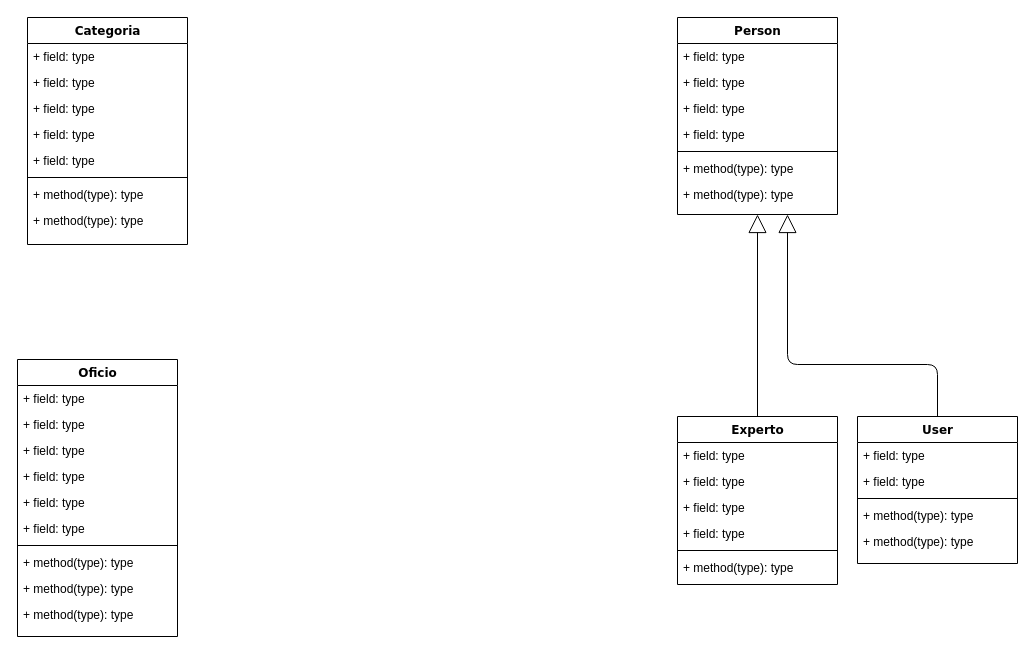
Before: Diagrama sin título.drawio in NestorSchneemann/el-experto, a draw.io diagram. Source tidied: cells renumbered, new cells numbered last; positions are measured from the earlier drawing's top-left corner, leaving out a move shared by most shapes. Both pictures are drawn from the tidied source at 100%, with x=0, y=0 at pixel (17, 17).
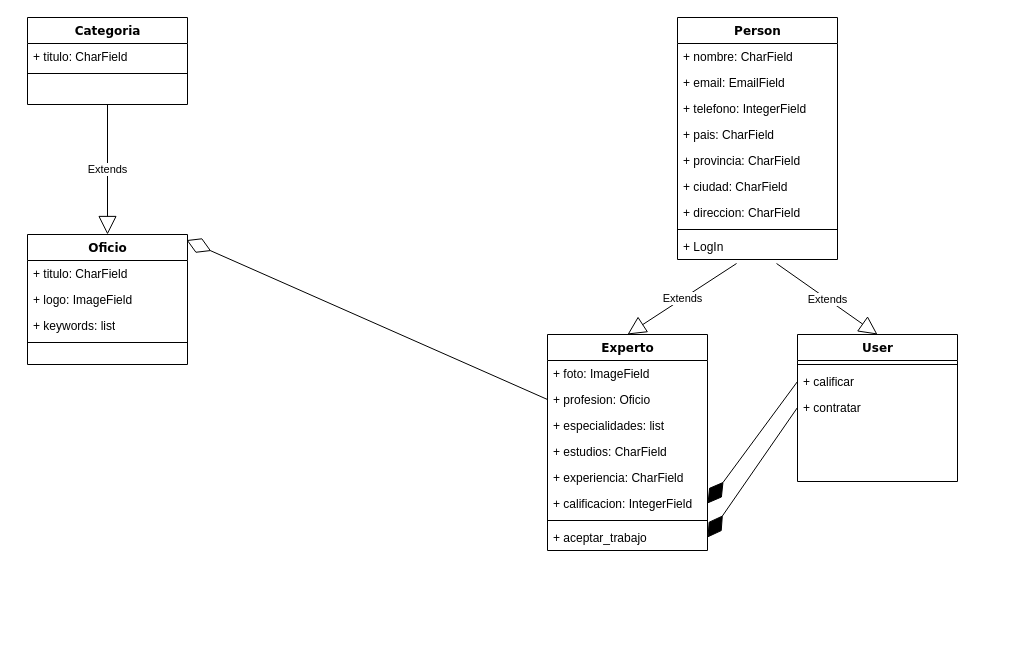
After the change.

Change to the diagram source:
```diff
@@
     <mxCell id="2" value="Categoria" style="swimlane;html=1;fontStyle=1;align=center;verticalAlign=top;horizontal=1;startSize=26;swimlaneFillColor=#ffffff;rounded=0;shadow=0;comic=0;labelBackgroundColor=none;strokeWidth=1;fillColor=none;fontFamily=Verdana;fontSize=12;" parent="1" vertex="1">
-      <mxGeometry x="10" width="160" height="227" as="geometry" />
+      <mxGeometry x="10" width="160" height="87" as="geometry" />
     </mxCell>
-    <mxCell id="3" value="+ field: type" style="text;html=1;strokeColor=none;fillColor=none;align=left;verticalAlign=top;spacingLeft=4;spacingRight=4;whiteSpace=wrap;overflow=hidden;" parent="2" vertex="1">
+    <mxCell id="3" value="+ titulo: CharField" style="text;html=1;strokeColor=none;fillColor=none;align=left;verticalAlign=top;spacingLeft=4;spacingRight=4;whiteSpace=wrap;overflow=hidden;" parent="2" vertex="1">
       <mxGeometry y="26" width="160" height="26" as="geometry" />
     </mxCell>
-    <mxCell id="4" value="+ field: type" style="text;html=1;strokeColor=none;fillColor=none;align=left;verticalAlign=top;spacingLeft=4;spacingRight=4;whiteSpace=wrap;overflow=hidden;" parent="2" vertex="1">
-      <mxGeometry y="52" width="160" height="26" as="geometry" />
-    </mxCell>
-    <mxCell id="5" value="+ field: type" style="text;html=1;strokeColor=none;fillColor=none;align=left;verticalAlign=top;spacingLeft=4;spacingRight=4;whiteSpace=wrap;overflow=hidden;" parent="2" vertex="1">
-      <mxGeometry y="78" width="160" height="26" as="geometry" />
-    </mxCell>
-    <mxCell id="6" value="+ field: type" style="text;html=1;strokeColor=none;fillColor=none;align=left;verticalAlign=top;spacingLeft=4;spacingRight=4;whiteSpace=wrap;overflow=hidden;" parent="2" vertex="1">
-      <mxGeometry y="104" width="160" height="26" as="geometry" />
-    </mxCell>
-    <mxCell id="7" value="+ field: type" style="text;html=1;strokeColor=none;fillColor=none;align=left;verticalAlign=top;spacingLeft=4;spacingRight=4;whiteSpace=wrap;overflow=hidden;" parent="2" vertex="1">
-      <mxGeometry y="130" width="160" height="26" as="geometry" />
-    </mxCell>
     <mxCell id="8" style="line;html=1;strokeWidth=1;fillColor=none;align=left;verticalAlign=middle;spacingTop=-1;spacingLeft=3;spacingRight=3;labelPosition=right;" parent="2" vertex="1">
-      <mxGeometry y="156" width="160" height="8" as="geometry" />
+      <mxGeometry y="52" width="160" height="8" as="geometry" />
     </mxCell>
-    <mxCell id="9" value="+ method(type): type" style="text;html=1;strokeColor=none;fillColor=none;align=left;verticalAlign=top;spacingLeft=4;spacingRight=4;whiteSpace=wrap;overflow=hidden;" parent="2" vertex="1">
-      <mxGeometry y="164" width="160" height="26" as="geometry" />
-    </mxCell>
-    <mxCell id="10" value="+ method(type): type" style="text;html=1;strokeColor=none;fillColor=none;align=left;verticalAlign=top;spacingLeft=4;spacingRight=4;whiteSpace=wrap;overflow=hidden;" parent="2" vertex="1">
-      <mxGeometry y="190" width="160" height="26" as="geometry" />
-    </mxCell>
     <mxCell id="11" value="Oficio" style="swimlane;html=1;fontStyle=1;align=center;verticalAlign=top;horizontal=1;startSize=26;swimlaneFillColor=#ffffff;rounded=0;shadow=0;comic=0;labelBackgroundColor=none;strokeWidth=1;fillColor=none;fontFamily=Verdana;fontSize=12;" parent="1" vertex="1">
-      <mxGeometry y="342" width="160" height="277" as="geometry" />
+      <mxGeometry x="10" y="217" width="160" height="130" as="geometry" />
     </mxCell>
-    <mxCell id="12" value="+ field: type" style="text;html=1;strokeColor=none;fillColor=none;align=left;verticalAlign=top;spacingLeft=4;spacingRight=4;whiteSpace=wrap;overflow=hidden;" parent="11" vertex="1">
+    <mxCell id="12" value="+ titulo: CharField" style="text;html=1;strokeColor=none;fillColor=none;align=left;verticalAlign=top;spacingLeft=4;spacingRight=4;whiteSpace=wrap;overflow=hidden;" parent="11" vertex="1">
       <mxGeometry y="26" width="160" height="26" as="geometry" />
     </mxCell>
-    <mxCell id="13" value="+ field: type" style="text;html=1;strokeColor=none;fillColor=none;align=left;verticalAlign=top;spacingLeft=4;spacingRight=4;whiteSpace=wrap;overflow=hidden;" parent="11" vertex="1">
+    <mxCell id="13" value="+ logo: ImageField" style="text;html=1;strokeColor=none;fillColor=none;align=left;verticalAlign=top;spacingLeft=4;spacingRight=4;whiteSpace=wrap;overflow=hidden;" parent="11" vertex="1">
       <mxGeometry y="52" width="160" height="26" as="geometry" />
     </mxCell>
-    <mxCell id="14" value="+ field: type" style="text;html=1;strokeColor=none;fillColor=none;align=left;verticalAlign=top;spacingLeft=4;spacingRight=4;whiteSpace=wrap;overflow=hidden;" parent="11" vertex="1">
+    <mxCell id="14" value="+ keywords: list" style="text;html=1;strokeColor=none;fillColor=none;align=left;verticalAlign=top;spacingLeft=4;spacingRight=4;whiteSpace=wrap;overflow=hidden;" parent="11" vertex="1">
       <mxGeometry y="78" width="160" height="26" as="geometry" />
     </mxCell>
-    <mxCell id="15" value="+ field: type" style="text;html=1;strokeColor=none;fillColor=none;align=left;verticalAlign=top;spacingLeft=4;spacingRight=4;whiteSpace=wrap;overflow=hidden;" parent="11" vertex="1">
-      <mxGeometry y="104" width="160" height="26" as="geometry" />
-    </mxCell>
-    <mxCell id="16" value="+ field: type" style="text;html=1;strokeColor=none;fillColor=none;align=left;verticalAlign=top;spacingLeft=4;spacingRight=4;whiteSpace=wrap;overflow=hidden;" parent="11" vertex="1">
-      <mxGeometry y="130" width="160" height="26" as="geometry" />
-    </mxCell>
-    <mxCell id="17" value="+ field: type" style="text;html=1;strokeColor=none;fillColor=none;align=left;verticalAlign=top;spacingLeft=4;spacingRight=4;whiteSpace=wrap;overflow=hidden;" parent="11" vertex="1">
-      <mxGeometry y="156" width="160" height="26" as="geometry" />
-    </mxCell>
     <mxCell id="18" style="line;html=1;strokeWidth=1;fillColor=none;align=left;verticalAlign=middle;spacingTop=-1;spacingLeft=3;spacingRight=3;labelPosition=right;" parent="11" vertex="1">
-      <mxGeometry y="182" width="160" height="8" as="geometry" />
+      <mxGeometry y="104" width="160" height="8" as="geometry" />
     </mxCell>
-    <mxCell id="19" value="+ method(type): type" style="text;html=1;strokeColor=none;fillColor=none;align=left;verticalAlign=top;spacingLeft=4;spacingRight=4;whiteSpace=wrap;overflow=hidden;" parent="11" vertex="1">
-      <mxGeometry y="190" width="160" height="26" as="geometry" />
-    </mxCell>
-    <mxCell id="20" value="+ method(type): type" style="text;html=1;strokeColor=none;fillColor=none;align=left;verticalAlign=top;spacingLeft=4;spacingRight=4;whiteSpace=wrap;overflow=hidden;" parent="11" vertex="1">
-      <mxGeometry y="216" width="160" height="26" as="geometry" />
-    </mxCell>
-    <mxCell id="21" value="+ method(type): type" style="text;html=1;strokeColor=none;fillColor=none;align=left;verticalAlign=top;spacingLeft=4;spacingRight=4;whiteSpace=wrap;overflow=hidden;" parent="11" vertex="1">
-      <mxGeometry y="242" width="160" height="26" as="geometry" />
-    </mxCell>
     <mxCell id="22" value="Person" style="swimlane;html=1;fontStyle=1;align=center;verticalAlign=top;horizontal=1;startSize=26;swimlaneFillColor=#ffffff;rounded=0;shadow=0;comic=0;labelBackgroundColor=none;strokeWidth=1;fillColor=none;fontFamily=Verdana;fontSize=12;" parent="1" vertex="1">
-      <mxGeometry x="660" width="160" height="197" as="geometry" />
+      <mxGeometry x="660" width="160" height="242" as="geometry" />
     </mxCell>
-    <mxCell id="23" value="+ field: type" style="text;html=1;strokeColor=none;fillColor=none;align=left;verticalAlign=top;spacingLeft=4;spacingRight=4;whiteSpace=wrap;overflow=hidden;" parent="22" vertex="1">
+    <mxCell id="23" value="+ nombre: CharField" style="text;html=1;strokeColor=none;fillColor=none;align=left;verticalAlign=top;spacingLeft=4;spacingRight=4;whiteSpace=wrap;overflow=hidden;" parent="22" vertex="1">
       <mxGeometry y="26" width="160" height="26" as="geometry" />
     </mxCell>
+    <mxCell id="45" value="+ email: EmailField" style="text;html=1;strokeColor=none;fillColor=none;align=left;verticalAlign=top;spacingLeft=4;spacingRight=4;whiteSpace=wrap;overflow=hidden;" parent="22" vertex="1">
+      <mxGeometry y="52" width="160" height="26" as="geometry" />
+    </mxCell>
-    <mxCell id="24" value="+ field: type" style="text;html=1;strokeColor=none;fillColor=none;align=left;verticalAlign=top;spacingLeft=4;spacingRight=4;whiteSpace=wrap;overflow=hidden;" parent="22" vertex="1">
-      <mxGeometry y="52" width="160" height="26" as="geometry" />
+    <mxCell id="24" value="+ telefono: IntegerField" style="text;html=1;strokeColor=none;fillColor=none;align=left;verticalAlign=top;spacingLeft=4;spacingRight=4;whiteSpace=wrap;overflow=hidden;" parent="22" vertex="1">
+      <mxGeometry y="78" width="160" height="26" as="geometry" />
     </mxCell>
-    <mxCell id="25" value="+ field: type" style="text;html=1;strokeColor=none;fillColor=none;align=left;verticalAlign=top;spacingLeft=4;spacingRight=4;whiteSpace=wrap;overflow=hidden;" parent="22" vertex="1">
-      <mxGeometry y="78" width="160" height="26" as="geometry" />
+    <mxCell id="25" value="+ pais: CharField" style="text;html=1;strokeColor=none;fillColor=none;align=left;verticalAlign=top;spacingLeft=4;spacingRight=4;whiteSpace=wrap;overflow=hidden;" parent="22" vertex="1">
+      <mxGeometry y="104" width="160" height="26" as="geometry" />
     </mxCell>
-    <mxCell id="26" value="+ field: type" style="text;html=1;strokeColor=none;fillColor=none;align=left;verticalAlign=top;spacingLeft=4;spacingRight=4;whiteSpace=wrap;overflow=hidden;" parent="22" vertex="1">
-      <mxGeometry y="104" width="160" height="26" as="geometry" />
+    <mxCell id="26" value="+ provincia: CharField" style="text;html=1;strokeColor=none;fillColor=none;align=left;verticalAlign=top;spacingLeft=4;spacingRight=4;whiteSpace=wrap;overflow=hidden;" parent="22" vertex="1">
+      <mxGeometry y="130" width="160" height="26" as="geometry" />
     </mxCell>
+    <mxCell id="46" value="+ ciudad: CharField" style="text;html=1;strokeColor=none;fillColor=none;align=left;verticalAlign=top;spacingLeft=4;spacingRight=4;whiteSpace=wrap;overflow=hidden;" parent="22" vertex="1">
+      <mxGeometry y="156" width="160" height="26" as="geometry" />
+    </mxCell>
+    <mxCell id="47" value="+ direccion: CharField" style="text;html=1;strokeColor=none;fillColor=none;align=left;verticalAlign=top;spacingLeft=4;spacingRight=4;whiteSpace=wrap;overflow=hidden;" parent="22" vertex="1">
+      <mxGeometry y="182" width="160" height="26" as="geometry" />
+    </mxCell>
     <mxCell id="27" style="line;html=1;strokeWidth=1;fillColor=none;align=left;verticalAlign=middle;spacingTop=-1;spacingLeft=3;spacingRight=3;labelPosition=right;" parent="22" vertex="1">
-      <mxGeometry y="130" width="160" height="8" as="geometry" />
+      <mxGeometry y="208" width="160" height="8" as="geometry" />
     </mxCell>
-    <mxCell id="28" value="+ method(type): type" style="text;html=1;strokeColor=none;fillColor=none;align=left;verticalAlign=top;spacingLeft=4;spacingRight=4;whiteSpace=wrap;overflow=hidden;points=[[0,0.5],[1,0.5]];portConstraint=eastwest;" parent="22" vertex="1">
-      <mxGeometry y="138" width="160" height="26" as="geometry" />
+    <mxCell id="28" value="+ LogIn" style="text;html=1;strokeColor=none;fillColor=none;align=left;verticalAlign=top;spacingLeft=4;spacingRight=4;whiteSpace=wrap;overflow=hidden;points=[[0,0.5],[1,0.5]];portConstraint=eastwest;" parent="22" vertex="1">
+      <mxGeometry y="216" width="160" height="26" as="geometry" />
     </mxCell>
-    <mxCell id="29" value="+ method(type): type" style="text;html=1;strokeColor=none;fillColor=none;align=left;verticalAlign=top;spacingLeft=4;spacingRight=4;whiteSpace=wrap;overflow=hidden;" parent="22" vertex="1">
-      <mxGeometry y="164" width="160" height="26" as="geometry" />
-    </mxCell>
-    <mxCell id="30" style="edgeStyle=orthogonalEdgeStyle;html=1;labelBackgroundColor=none;startFill=0;startSize=8;endArrow=block;endFill=0;endSize=16;fontFamily=Verdana;fontSize=12;" parent="1" edge="1" source="31" target="22">
-      <mxGeometry relative="1" as="geometry" />
-    </mxCell>
     <mxCell id="31" value="Experto" style="swimlane;html=1;fontStyle=1;align=center;verticalAlign=top;horizontal=1;startSize=26;swimlaneFillColor=#ffffff;rounded=0;shadow=0;comic=0;labelBackgroundColor=none;strokeWidth=1;fillColor=none;fontFamily=Verdana;fontSize=12;" parent="1" vertex="1">
-      <mxGeometry x="660" y="399" width="160" height="168" as="geometry" />
+      <mxGeometry x="530" y="317" width="160" height="216" as="geometry" />
     </mxCell>
-    <mxCell id="32" value="+ field: type" style="text;html=1;strokeColor=none;fillColor=none;align=left;verticalAlign=top;spacingLeft=4;spacingRight=4;whiteSpace=wrap;overflow=hidden;" parent="31" vertex="1">
+    <mxCell id="32" value="+ foto: ImageField" style="text;html=1;strokeColor=none;fillColor=none;align=left;verticalAlign=top;spacingLeft=4;spacingRight=4;whiteSpace=wrap;overflow=hidden;" parent="31" vertex="1">
       <mxGeometry y="26" width="160" height="26" as="geometry" />
     </mxCell>
+    <mxCell id="48" value="+ profesion: Oficio" style="text;html=1;strokeColor=none;fillColor=none;align=left;verticalAlign=top;spacingLeft=4;spacingRight=4;whiteSpace=wrap;overflow=hidden;points=[[0,0.5],[1,0.5]];portConstraint=eastwest;" parent="31" vertex="1">
+      <mxGeometry y="52" width="160" height="26" as="geometry" />
+    </mxCell>
+    <mxCell id="49" value="+ especialidades: list" style="text;html=1;strokeColor=none;fillColor=none;align=left;verticalAlign=top;spacingLeft=4;spacingRight=4;whiteSpace=wrap;overflow=hidden;" parent="31" vertex="1">
+      <mxGeometry y="78" width="160" height="26" as="geometry" />
+    </mxCell>
-    <mxCell id="33" value="+ field: type" style="text;html=1;strokeColor=none;fillColor=none;align=left;verticalAlign=top;spacingLeft=4;spacingRight=4;whiteSpace=wrap;overflow=hidden;" parent="31" vertex="1">
-      <mxGeometry y="52" width="160" height="26" as="geometry" />
+    <mxCell id="33" value="+ estudios: CharField" style="text;html=1;strokeColor=none;fillColor=none;align=left;verticalAlign=top;spacingLeft=4;spacingRight=4;whiteSpace=wrap;overflow=hidden;" parent="31" vertex="1">
+      <mxGeometry y="104" width="160" height="26" as="geometry" />
     </mxCell>
-    <mxCell id="34" value="+ field: type" style="text;html=1;strokeColor=none;fillColor=none;align=left;verticalAlign=top;spacingLeft=4;spacingRight=4;whiteSpace=wrap;overflow=hidden;" parent="31" vertex="1">
-      <mxGeometry y="78" width="160" height="26" as="geometry" />
+    <mxCell id="34" value="+ experiencia: CharField" style="text;html=1;strokeColor=none;fillColor=none;align=left;verticalAlign=top;spacingLeft=4;spacingRight=4;whiteSpace=wrap;overflow=hidden;" parent="31" vertex="1">
+      <mxGeometry y="130" width="160" height="26" as="geometry" />
     </mxCell>
-    <mxCell id="35" value="+ field: type" style="text;html=1;strokeColor=none;fillColor=none;align=left;verticalAlign=top;spacingLeft=4;spacingRight=4;whiteSpace=wrap;overflow=hidden;points=[[0,0.5],[1,0.5]];portConstraint=eastwest;" parent="31" vertex="1">
-      <mxGeometry y="104" width="160" height="26" as="geometry" />
+    <mxCell id="35" value="+ calificacion: IntegerField" style="text;html=1;strokeColor=none;fillColor=none;align=left;verticalAlign=top;spacingLeft=4;spacingRight=4;whiteSpace=wrap;overflow=hidden;points=[[0,0.5],[1,0.5]];portConstraint=eastwest;" parent="31" vertex="1">
+      <mxGeometry y="156" width="160" height="26" as="geometry" />
     </mxCell>
     <mxCell id="36" style="line;html=1;strokeWidth=1;fillColor=none;align=left;verticalAlign=middle;spacingTop=-1;spacingLeft=3;spacingRight=3;labelPosition=right;" parent="31" vertex="1">
-      <mxGeometry y="130" width="160" height="8" as="geometry" />
+      <mxGeometry y="182" width="160" height="8" as="geometry" />
     </mxCell>
-    <mxCell id="37" value="+ method(type): type" style="text;html=1;strokeColor=none;fillColor=none;align=left;verticalAlign=top;spacingLeft=4;spacingRight=4;whiteSpace=wrap;overflow=hidden;points=[[0,0.5],[1,0.5]];portConstraint=eastwest;" parent="31" vertex="1">
-      <mxGeometry y="138" width="160" height="26" as="geometry" />
+    <mxCell id="37" value="+ aceptar_trabajo" style="text;html=1;strokeColor=none;fillColor=none;align=left;verticalAlign=top;spacingLeft=4;spacingRight=4;whiteSpace=wrap;overflow=hidden;points=[[0,0.5],[1,0.5]];portConstraint=eastwest;" parent="31" vertex="1">
+      <mxGeometry y="190" width="160" height="26" as="geometry" />
     </mxCell>
-    <mxCell id="38" style="edgeStyle=orthogonalEdgeStyle;html=1;labelBackgroundColor=none;startFill=0;startSize=8;endArrow=block;endFill=0;endSize=16;fontFamily=Verdana;fontSize=12;" parent="1" edge="1" source="39" target="22">
-      <mxGeometry relative="1" as="geometry">
-        <Array as="points">
-          <mxPoint x="920" y="347" />
-          <mxPoint x="770" y="347" />
-        </Array>
-      </mxGeometry>
-    </mxCell>
     <mxCell id="39" value="User" style="swimlane;html=1;fontStyle=1;align=center;verticalAlign=top;horizontal=1;startSize=26;swimlaneFillColor=#ffffff;rounded=0;shadow=0;comic=0;labelBackgroundColor=none;strokeWidth=1;fillColor=none;fontFamily=Verdana;fontSize=12;" parent="1" vertex="1">
-      <mxGeometry x="840" y="399" width="160" height="147" as="geometry" />
+      <mxGeometry x="780" y="317" width="160" height="147" as="geometry" />
     </mxCell>
-    <mxCell id="40" value="+ field: type" style="text;html=1;strokeColor=none;fillColor=none;align=left;verticalAlign=top;spacingLeft=4;spacingRight=4;whiteSpace=wrap;overflow=hidden;" parent="39" vertex="1">
-      <mxGeometry y="26" width="160" height="26" as="geometry" />
-    </mxCell>
-    <mxCell id="41" value="+ field: type" style="text;html=1;strokeColor=none;fillColor=none;align=left;verticalAlign=top;spacingLeft=4;spacingRight=4;whiteSpace=wrap;overflow=hidden;" parent="39" vertex="1">
-      <mxGeometry y="52" width="160" height="26" as="geometry" />
-    </mxCell>
     <mxCell id="42" style="line;html=1;strokeWidth=1;fillColor=none;align=left;verticalAlign=middle;spacingTop=-1;spacingLeft=3;spacingRight=3;labelPosition=right;" parent="39" vertex="1">
-      <mxGeometry y="78" width="160" height="8" as="geometry" />
+      <mxGeometry y="26" width="160" height="8" as="geometry" />
     </mxCell>
+    <mxCell id="44" value="+ calificar" style="text;html=1;strokeColor=none;fillColor=none;align=left;verticalAlign=top;spacingLeft=4;spacingRight=4;whiteSpace=wrap;overflow=hidden;points=[[0,0.5],[1,0.5]];portConstraint=eastwest;" parent="39" vertex="1">
+      <mxGeometry y="34" width="160" height="26" as="geometry" />
+    </mxCell>
-    <mxCell id="43" value="+ method(type): type" style="text;html=1;strokeColor=none;fillColor=none;align=left;verticalAlign=top;spacingLeft=4;spacingRight=4;whiteSpace=wrap;overflow=hidden;points=[[0,0.5],[1,0.5]];portConstraint=eastwest;" parent="39" vertex="1">
-      <mxGeometry y="86" width="160" height="26" as="geometry" />
+    <mxCell id="43" value="+ contratar" style="text;html=1;strokeColor=none;fillColor=none;align=left;verticalAlign=top;spacingLeft=4;spacingRight=4;whiteSpace=wrap;overflow=hidden;points=[[0,0.5],[1,0.5]];portConstraint=eastwest;" parent="39" vertex="1">
+      <mxGeometry y="60" width="160" height="26" as="geometry" />
     </mxCell>
-    <mxCell id="44" value="+ method(type): type" style="text;html=1;strokeColor=none;fillColor=none;align=left;verticalAlign=top;spacingLeft=4;spacingRight=4;whiteSpace=wrap;overflow=hidden;points=[[0,0.5],[1,0.5]];portConstraint=eastwest;" parent="39" vertex="1">
-      <mxGeometry y="112" width="160" height="26" as="geometry" />
-    </mxCell>
+    <mxCell id="50" style="endArrow=diamondThin;endFill=1;endSize=24;html=1;rounded=0;entryX=1;entryY=0.5;entryDx=0;entryDy=0;exitX=0;exitY=0.5;exitDx=0;exitDy=0;" parent="1" edge="1" source="43" target="37">
+      <mxGeometry relative="1" as="geometry" />
+    </mxCell>
+    <mxCell id="51" style="endArrow=diamondThin;endFill=1;endSize=24;html=1;rounded=0;entryX=1;entryY=0.5;entryDx=0;entryDy=0;exitX=0;exitY=0.5;exitDx=0;exitDy=0;" parent="1" edge="1" source="44" target="35">
+      <mxGeometry relative="1" as="geometry" />
+    </mxCell>
+    <mxCell id="52" style="endArrow=diamondThin;endFill=0;endSize=24;html=1;rounded=0;entryX=0.994;entryY=0.043;entryDx=0;entryDy=0;entryPerimeter=0;exitX=0;exitY=0.5;exitDx=0;exitDy=0;" parent="1" edge="1" source="48" target="11">
+      <mxGeometry relative="1" as="geometry" />
+    </mxCell>
+    <mxCell id="53" value="Extends" style="endArrow=block;endSize=16;endFill=0;html=1;rounded=0;exitX=0.5;exitY=1;exitDx=0;exitDy=0;entryX=0.5;entryY=0;entryDx=0;entryDy=0;" parent="1" edge="1" source="2" target="11">
+      <mxGeometry relative="1" as="geometry" />
+    </mxCell>
+    <mxCell id="54" value="Extends" style="endArrow=block;endSize=16;endFill=0;html=1;rounded=0;exitX=0.369;exitY=1.154;exitDx=0;exitDy=0;entryX=0.5;entryY=0;entryDx=0;entryDy=0;exitPerimeter=0;" parent="1" edge="1" source="28" target="31">
+      <mxGeometry relative="1" as="geometry" />
+    </mxCell>
+    <mxCell id="55" value="Extends" style="endArrow=block;endSize=16;endFill=0;html=1;rounded=0;exitX=0.619;exitY=1.154;exitDx=0;exitDy=0;entryX=0.5;entryY=0;entryDx=0;entryDy=0;exitPerimeter=0;" parent="1" edge="1" source="28" target="39">
+      <mxGeometry relative="1" as="geometry" />
+    </mxCell>
```
